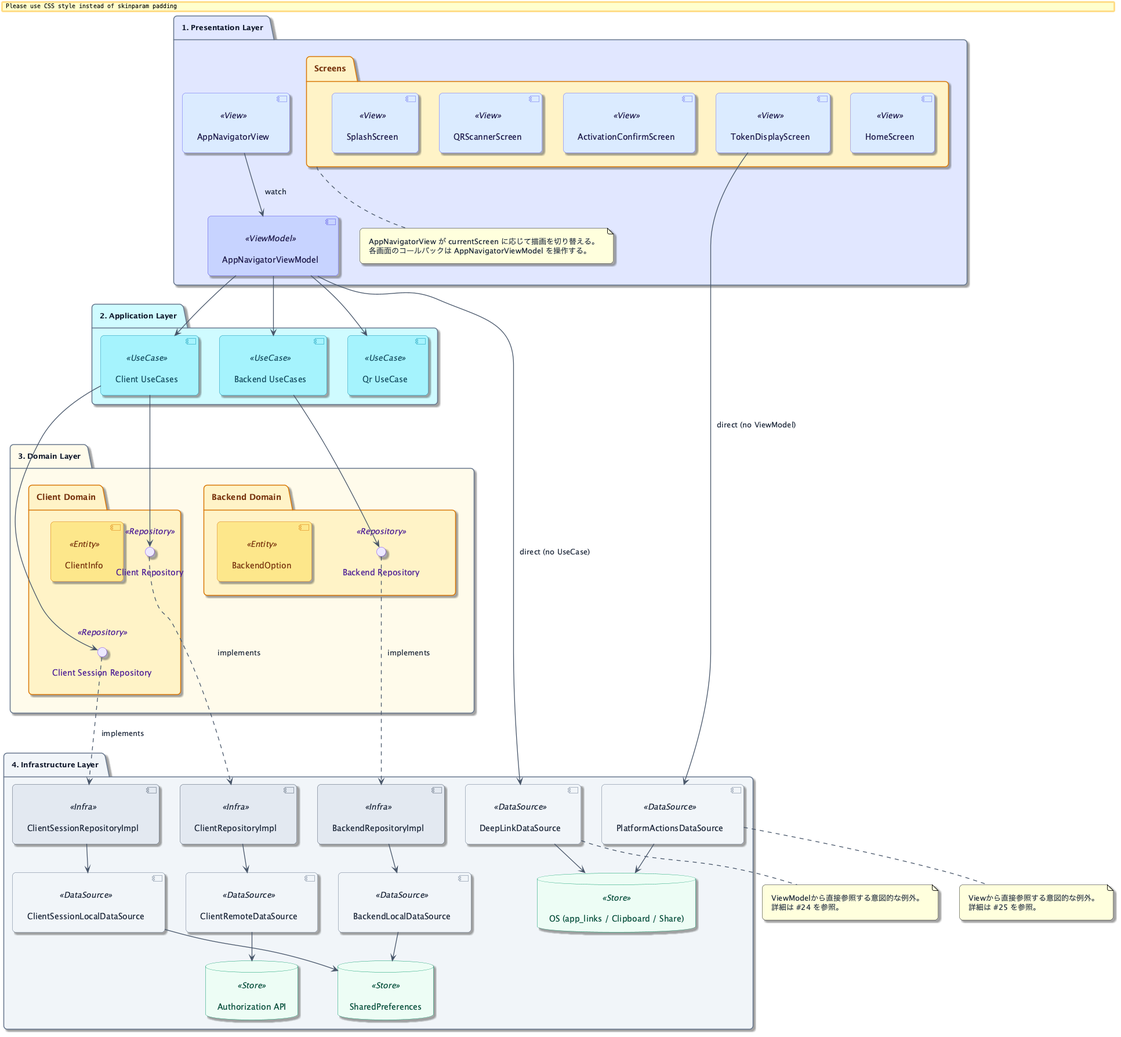
This is docs/architecture/mobile.png from bobtabo/authorization-mobile, a PlantUML export, as it was before one commit. The source it was exported from:
```plantuml
@startuml
skinparam shadowing true
skinparam roundcorner 12
skinparam Padding 10
skinparam BoxPadding 8
skinparam nodesep 36
skinparam ranksep 48
top to bottom direction

skinparam defaultFontColor #1E293B
skinparam ArrowColor #475569
skinparam ArrowThickness 1.3

skinparam package {
    BorderColor #64748B
    FontColor #0F172A
    FontStyle bold
    FontSize 13
}

skinparam component<<View>> {
    BackgroundColor #DBEAFE
    BorderColor #6366F1
    FontColor #1E1B4B
}
skinparam component<<ViewModel>> {
    BackgroundColor #C7D2FE
    BorderColor #4F46E5
    FontColor #1E1B4B
}
skinparam component<<UseCase>> {
    BackgroundColor #A5F3FC
    BorderColor #0891B2
    FontColor #164E63
}
skinparam component<<Entity>> {
    BackgroundColor #FDE68A
    BorderColor #D97706
    FontColor #78350F
}
skinparam component<<Infra>> {
    BackgroundColor #E2E8F0
    BorderColor #475569
    FontColor #1E293B
}
skinparam component<<DataSource>> {
    BackgroundColor #F1F5F9
    BorderColor #64748B
    FontColor #1E293B
}

skinparam interface<<Repository>> {
    BackgroundColor #EDE9FE
    BorderColor #7C3AED
    FontColor #4C1D95
}

skinparam database<<Store>> {
    BackgroundColor #ECFDF5
    BorderColor #059669
    FontColor #064E3B
}

skinparam folder {
    BackgroundColor #FEF3C7
    BorderColor #D97706
    FontColor #78350F
}

package "1. Presentation Layer" #E0E7FF {
    [AppNavigatorView] <<View>>
    folder "Screens" {
        [SplashScreen] <<View>>
        [QRScannerScreen] <<View>>
        [ActivationConfirmScreen] <<View>>
        [TokenDisplayScreen] <<View>>
        [HomeScreen] <<View>>
        [SplashScreen] -[hidden]right- [QRScannerScreen]
        [QRScannerScreen] -[hidden]right- [ActivationConfirmScreen]
        [ActivationConfirmScreen] -[hidden]right- [TokenDisplayScreen]
        [TokenDisplayScreen] -[hidden]right- [HomeScreen]
    }
    [AppNavigatorViewModel] <<ViewModel>>
    [AppNavigatorView] -[hidden]right- "Screens"
    "Screens" -[hidden]right- [AppNavigatorViewModel]

    note bottom of "Screens"
      AppNavigatorView が currentScreen に応じて描画を切り替える。
      各画面のコールバックは AppNavigatorViewModel を操作する。
    end note
}

package "2. Application Layer" #CFFAFE {
    [Client UseCases] <<UseCase>>
    [Backend UseCases] <<UseCase>>
    [Qr UseCase] <<UseCase>>
    [Client UseCases] -[hidden]right- [Backend UseCases]
    [Backend UseCases] -[hidden]right- [Qr UseCase]
}

package "3. Domain Layer" #FFFBEB {
    folder "Client Domain" {
        [ClientInfo] <<Entity>>
        interface "Client Repository" <<Repository>>
        interface "Client Session Repository" <<Repository>>
        [ClientInfo] -[hidden]right- "Client Repository"
        "Client Repository" -[hidden]down- "Client Session Repository"
    }
    folder "Backend Domain" {
        [BackendOption] <<Entity>>
        interface "Backend Repository" <<Repository>>
    }
    "Client Domain" -[hidden]right- "Backend Domain"
}

package "4. Infrastructure Layer" #F1F5F9 {
    [ClientRepositoryImpl] <<Infra>>
    [ClientSessionRepositoryImpl] <<Infra>>
    [BackendRepositoryImpl] <<Infra>>
    [ClientRemoteDataSource] <<DataSource>>
    [ClientSessionLocalDataSource] <<DataSource>>
    [BackendLocalDataSource] <<DataSource>>
    [DeepLinkDataSource] <<DataSource>>
    [PlatformActionsDataSource] <<DataSource>>
    database "Authorization API" as api <<Store>>
    database "SharedPreferences" as prefs <<Store>>
    database "OS (app_links / Clipboard / Share)" as osPlatform <<Store>>

    [ClientRepositoryImpl] -[hidden]right- [ClientSessionRepositoryImpl]
    [ClientSessionRepositoryImpl] -[hidden]right- [BackendRepositoryImpl]
}

[AppNavigatorView] -down-> [AppNavigatorViewModel] : watch

[AppNavigatorViewModel] -down-> [Client UseCases]
[AppNavigatorViewModel] -down-> [Backend UseCases]
[AppNavigatorViewModel] -down-> [Qr UseCase]

[Client UseCases] -down-> "Client Repository"
[Client UseCases] -down-> "Client Session Repository"
[Backend UseCases] -down-> "Backend Repository"

"Client Repository" ..> [ClientRepositoryImpl] : implements
"Client Session Repository" ..> [ClientSessionRepositoryImpl] : implements
"Backend Repository" ..> [BackendRepositoryImpl] : implements

[ClientRepositoryImpl] -down-> [ClientRemoteDataSource]
[ClientSessionRepositoryImpl] -down-> [ClientSessionLocalDataSource]
[BackendRepositoryImpl] -down-> [BackendLocalDataSource]

[ClientRemoteDataSource] -down-> api
[ClientSessionLocalDataSource] -down-> prefs
[BackendLocalDataSource] -down-> prefs
[DeepLinkDataSource] -down-> osPlatform
[PlatformActionsDataSource] -down-> osPlatform

[AppNavigatorViewModel] -down-> [DeepLinkDataSource] : direct (no UseCase)
[TokenDisplayScreen] -down-> [PlatformActionsDataSource] : direct (no ViewModel)

note bottom of [DeepLinkDataSource]
  ViewModelから直接参照する意図的な例外。
  詳細は #24 を参照。
end note

note bottom of [PlatformActionsDataSource]
  Viewから直接参照する意図的な例外。
  詳細は #25 を参照。
end note

@enduml
```
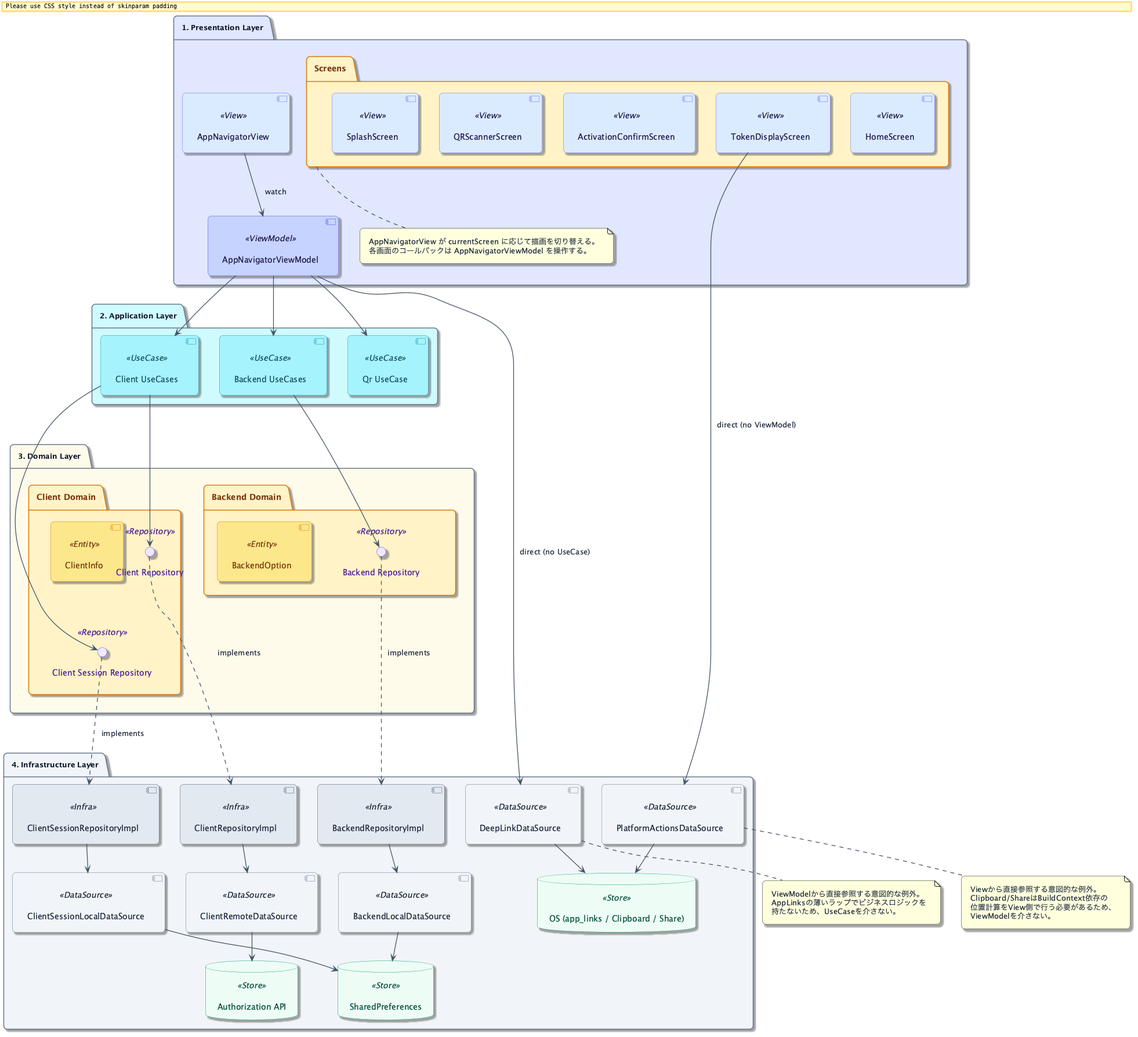
The same file after the commit.

Commit message:
docs(#28): アーキテクチャ図のnoteからIssue参照を削除

この図はNotionに単体で貼る用途があり、Notion上ではGitHub Issueの文脈を
参照できないため、「詳細は #24/#25 を参照」という書き方をやめ、
レイヤー越えが意図的である理由をnote内に自己完結させる。

Change to the diagram source:
```diff
@@ -159,12 +159,15 @@
 
 note bottom of [DeepLinkDataSource]
   ViewModelから直接参照する意図的な例外。
-  詳細は #24 を参照。
+  AppLinksの薄いラップでビジネスロジックを
+  持たないため、UseCaseを介さない。
 end note
 
 note bottom of [PlatformActionsDataSource]
   Viewから直接参照する意図的な例外。
-  詳細は #25 を参照。
+  Clipboard/ShareはBuildContext依存の
+  位置計算をView側で行う必要があるため、
+  ViewModelを介さない。
 end note
 
 @enduml
```
